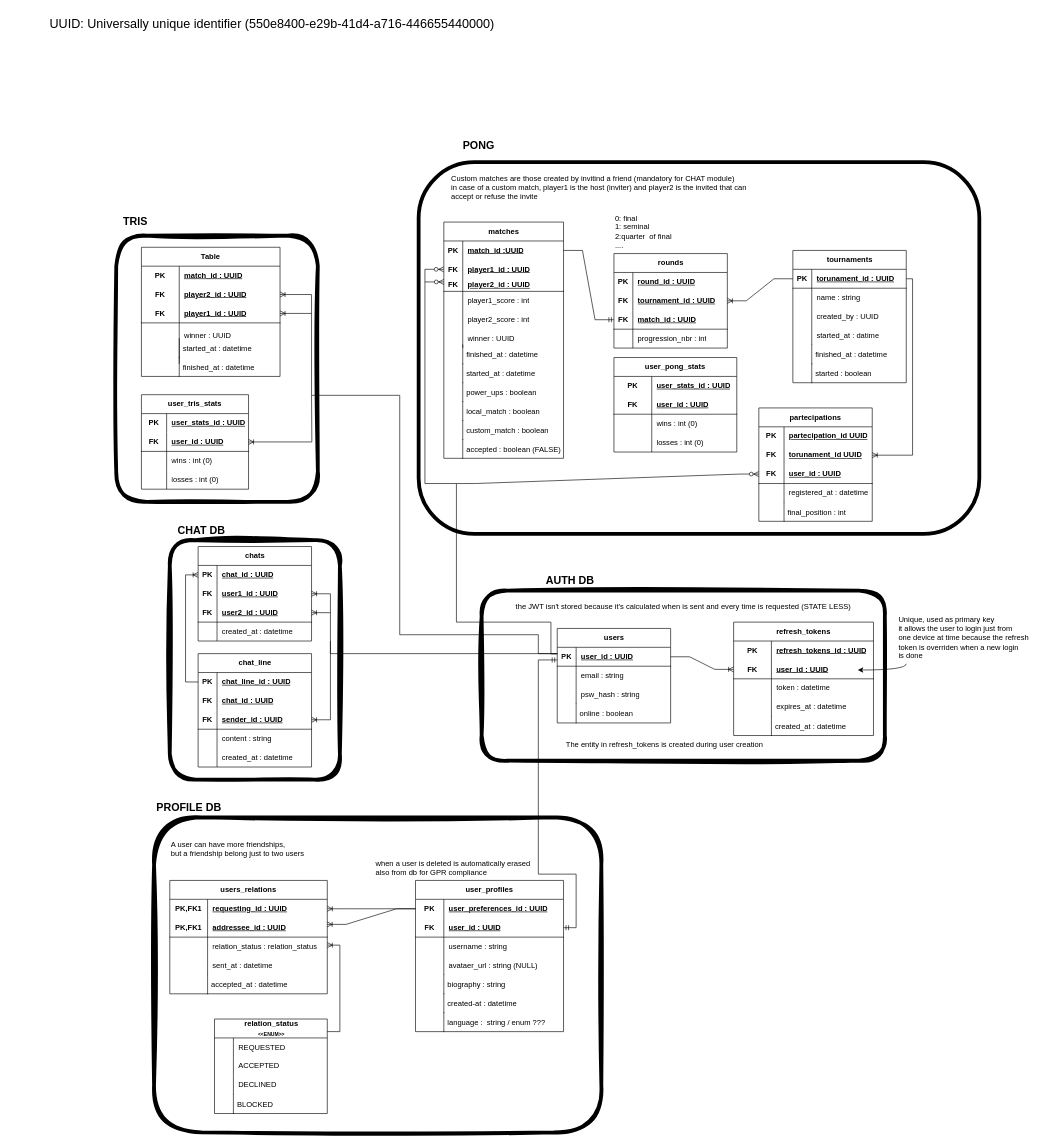
The draw.io diagram docs/backend/db_logical_design.drawio in Sheratan095/ft_transcendence, before the edit. Source tidied: cells renumbered, new cells numbered last; positions are measured from the earlier drawing's top-left corner, leaving out a move shared by most shapes. Both pictures are drawn from the tidied source at 63%, with x=0, y=0 at pixel (42, 11).
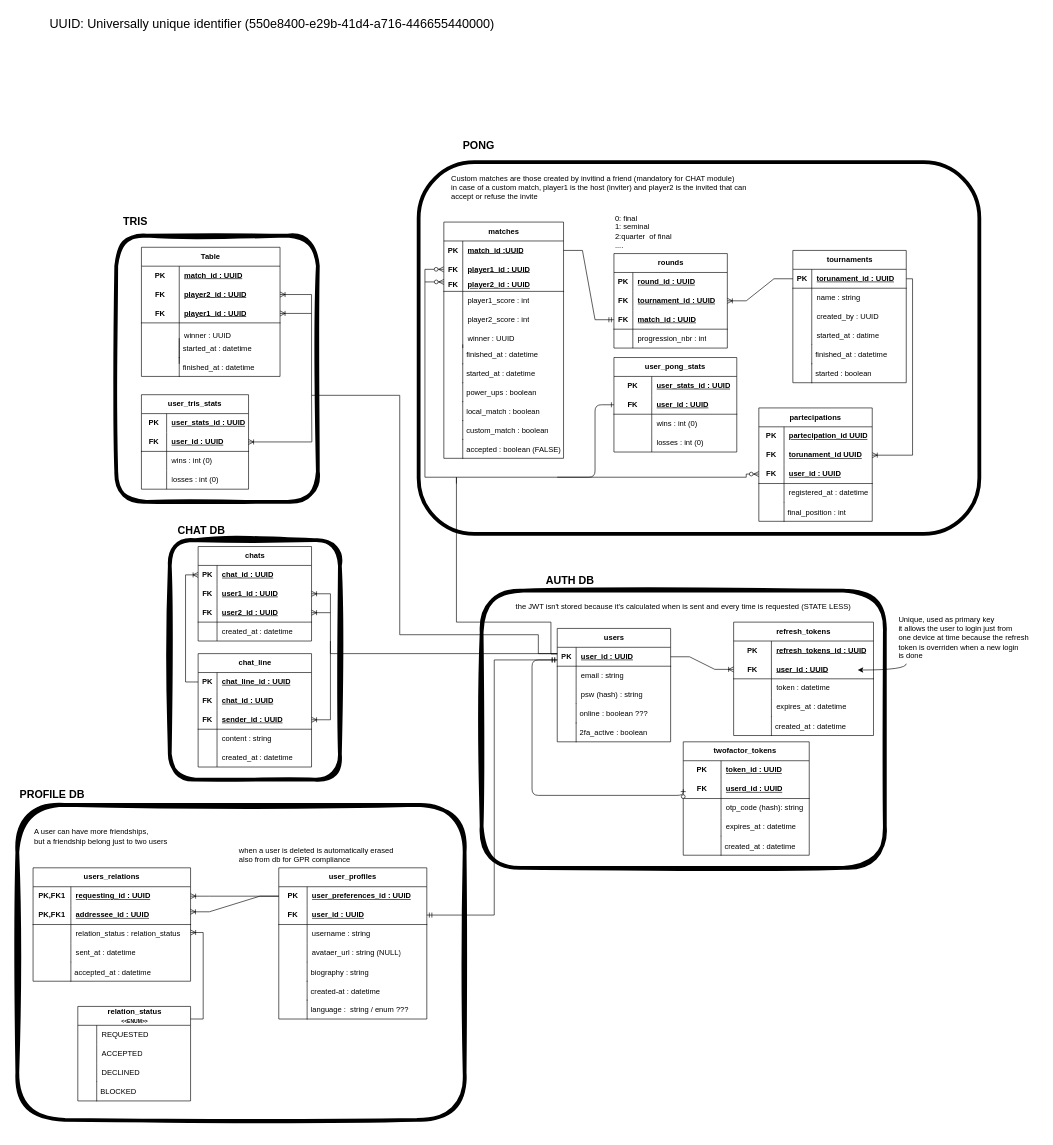
Above is the later version.

The change refers to these unchanged cells:
```xml
<mxCell id="4" style="group;" parent="1" vertex="1">
  <mxGeometry x="618" y="290" width="890" height="520" as="geometry" />
</mxCell>
<mxCell id="43" style="shape=tableRow;horizontal=0;startSize=0;swimlaneHead=0;swimlaneBody=0;fillColor=none;points=[[0,0.5],[1,0.5]];portConstraint=eastwest;top=0;left=0;right=0;bottom=1;html=1;" parent="39" vertex="1">
  <mxGeometry y="60" width="195" height="30" as="geometry" />
</mxCell>
<mxCell id="89" style="shape=tableRow;horizontal=0;startSize=0;swimlaneHead=0;swimlaneBody=0;fillColor=none;points=[[0,0.5],[1,0.5]];portConstraint=eastwest;top=0;left=0;right=0;bottom=0;" parent="85" vertex="1">
  <mxGeometry y="60" width="180" height="30" as="geometry" />
</mxCell>
<mxCell id="92" style="shape=tableRow;horizontal=0;startSize=0;swimlaneHead=0;swimlaneBody=0;fillColor=none;points=[[0,0.5],[1,0.5]];portConstraint=eastwest;top=0;left=0;right=0;bottom=1;html=1;" parent="85" vertex="1">
  <mxGeometry y="90" width="180" height="30" as="geometry" />
</mxCell>
<mxCell id="113" style="shape=tableRow;horizontal=0;startSize=0;swimlaneHead=0;swimlaneBody=0;fillColor=none;top=0;left=0;right=0;bottom=0;" parent="106" vertex="1">
  <mxGeometry y="90" width="180" height="30" as="geometry" />
</mxCell>
<mxCell id="117" style="shape=tableRow;horizontal=0;startSize=0;swimlaneHead=0;swimlaneBody=0;fillColor=none;points=[[0,0.5],[1,0.5]];portConstraint=eastwest;top=0;left=0;right=0;bottom=0;html=1;" parent="116" vertex="1">
  <mxGeometry y="30" width="235" height="30" as="geometry" />
</mxCell>
<mxCell id="120" style="shape=tableRow;horizontal=0;startSize=0;swimlaneHead=0;swimlaneBody=0;fillColor=none;points=[[0,0.5],[1,0.5]];portConstraint=eastwest;top=0;left=0;right=0;bottom=1;html=1;" parent="116" vertex="1">
  <mxGeometry y="60" width="235" height="30" as="geometry" />
</mxCell>
<mxCell id="156" style="shape=tableRow;horizontal=0;startSize=0;swimlaneHead=0;swimlaneBody=0;fillColor=none;points=[[0,0.5],[1,0.5]];portConstraint=eastwest;top=0;left=0;right=0;bottom=1;html=1;" parent="152" vertex="1">
  <mxGeometry y="60" width="250" height="30" as="geometry" />
</mxCell>
```

What changed in the source:
```diff
@@
-    <mxCell id="91" value="&lt;span style=&quot;font-weight: 700; text-decoration-line: underline;&quot;&gt;torunament_id UUID&lt;/span&gt;" style="shape=partialRectangle;fillColor=none;top=0;left=0;bottom=0;right=0;align=left;spacingLeft=6;fontStyle=0;overflow=hidden;whiteSpace=wrap;html=1;" parent="89" vertex="1">
+    <mxCell id="91" value="&lt;span style=&quot;font-weight: 700; text-decoration-line: underline;&quot;&gt;&lt;font style=&quot;color: light-dark(rgb(0, 0, 0), rgb(255, 255, 255));&quot;&gt;torunament_id UUID&lt;/font&gt;&lt;/span&gt;" style="shape=partialRectangle;fillColor=none;top=0;left=0;bottom=0;right=0;align=left;spacingLeft=6;fontStyle=0;overflow=hidden;whiteSpace=wrap;html=1;" parent="89" vertex="1">
       <mxGeometry x="40" width="140" height="30" as="geometry" />
     </mxCell>
@@
-    <mxCell id="100" style="edgeStyle=entityRelationEdgeStyle;fontSize=12;html=1;endArrow=ERzeroToMany;endFill=1;rounded=0;entryX=0;entryY=0.5;entryDx=0;entryDy=0;" parent="4" edge="1" target="92">
+    <mxCell id="100" style="edgeStyle=orthogonalEdgeStyle;fontSize=12;html=1;endArrow=ERzeroToMany;endFill=1;rounded=0;entryX=0;entryY=0.5;entryDx=0;entryDy=0;" parent="4" edge="1" target="92">
       <mxGeometry relative="1" as="geometry">
         <mxPoint x="40" y="460" as="sourcePoint" />
+        <Array as="points">
+          <mxPoint x="40" y="450" />
+          <mxPoint x="500" y="450" />
+          <mxPoint x="500" y="445" />
+        </Array>
       </mxGeometry>
     </mxCell>
@@
+    <mxCell id="266" style="edgeStyle=orthogonalEdgeStyle;fontSize=12;html=1;endArrow=ERone;endFill=1;entryX=0;entryY=0.5;entryDx=0;entryDy=0;" parent="4" edge="1" target="43">
+      <mxGeometry relative="1" as="geometry">
+        <mxPoint x="200" y="450" as="sourcePoint" />
+        <Array as="points">
+          <mxPoint x="200" y="450" />
+          <mxPoint x="260" y="450" />
+          <mxPoint x="260" y="335" />
+        </Array>
+      </mxGeometry>
+    </mxCell>
     <mxCell id="104" style="rounded=1;whiteSpace=wrap;html=1;strokeWidth=6;fillWeight=4;hachureGap=8;hachureAngle=45;fillColor=none;sketch=1;curveFitting=1;jiggle=2;strokeColor=light-dark(#000000,#00FF80);fontStyle=4;" parent="1" vertex="1">
-      <mxGeometry x="178" y="1280" width="710" height="500" as="geometry" />
+      <mxGeometry x="-39" y="1260" width="710" height="500" as="geometry" />
     </mxCell>
     <mxCell id="105" style="rounded=1;whiteSpace=wrap;html=1;strokeWidth=6;fillWeight=4;hachureGap=8;hachureAngle=45;fillColor=none;sketch=1;curveFitting=1;jiggle=2;strokeColor=light-dark(#000000,#3399FF);" parent="1" vertex="1">
-      <mxGeometry x="698" y="920" width="640" height="270" as="geometry" />
+      <mxGeometry x="698" y="920" width="640" height="440" as="geometry" />
     </mxCell>
     <mxCell id="106" value="users" style="shape=table;startSize=30;childLayout=tableLayout;rowLines=0;fontStyle=1;align=center;html=1;strokeColor=default;" parent="1" vertex="1">
-      <mxGeometry x="818" y="980" width="180" height="150" as="geometry" />
+      <mxGeometry x="818" y="980" width="180" height="180" as="geometry" />
     </mxCell>
@@
-    <mxCell id="115" value="psw_hash : string" style="shape=partialRectangle;fillColor=none;top=0;left=0;bottom=0;right=0;align=left;spacingLeft=6;overflow=hidden;whiteSpace=wrap;html=1;" parent="113" vertex="1">
+    <mxCell id="115" value="psw (hash) : string" style="shape=partialRectangle;fillColor=none;top=0;left=0;bottom=0;right=0;align=left;spacingLeft=6;overflow=hidden;whiteSpace=wrap;html=1;" parent="113" vertex="1">
       <mxGeometry x="30" width="150" height="30" as="geometry" />
     </mxCell>
     <mxCell id="116" value="user_profiles" style="shape=table;startSize=30;childLayout=tableLayout;rowLines=0;fontStyle=1;align=center;html=1;whiteSpace=wrap;" parent="1" vertex="1">
-      <mxGeometry x="593" y="1380" width="235" height="240" as="geometry" />
+      <mxGeometry x="376" y="1360" width="235" height="240" as="geometry" />
     </mxCell>
@@
-    <mxCell id="145" style="fontSize=12;html=1;endArrow=ERmandOne;startArrow=ERmandOne;rounded=0;exitX=1;exitY=0.5;exitDx=0;exitDy=0;edgeStyle=orthogonalEdgeStyle;" parent="1" edge="1">
+    <mxCell id="145" style="fontSize=12;html=1;endArrow=ERmandOne;startArrow=ERmandOne;rounded=0;exitX=1;exitY=0.5;exitDx=0;exitDy=0;edgeStyle=orthogonalEdgeStyle;" parent="1" edge="1" source="120">
       <mxGeometry relative="1" as="geometry">
-        <mxPoint x="828" y="1455" as="sourcePoint" />
         <mxPoint x="818" y="1030" as="targetPoint" />
         <Array as="points">
-          <mxPoint x="848" y="1455" />
-          <mxPoint x="848" y="1370" />
-          <mxPoint x="788" y="1370" />
-          <mxPoint x="788" y="1030" />
+          <mxPoint x="718" y="1435" />
+          <mxPoint x="718" y="1030" />
         </Array>
       </mxGeometry>
     </mxCell>
     <mxCell id="146" value="biography : string" style="shape=partialRectangle;fillColor=none;align=left;verticalAlign=middle;strokeColor=none;spacingLeft=34;" parent="1" vertex="1">
-      <mxGeometry x="608" y="1530" width="90" height="30" as="geometry" />
+      <mxGeometry x="391" y="1510" width="90" height="30" as="geometry" />
     </mxCell>
@@
     <mxCell id="148" value="created-at : datetime" style="shape=partialRectangle;fillColor=none;align=left;verticalAlign=middle;strokeColor=none;spacingLeft=34;" parent="1" vertex="1">
-      <mxGeometry x="608" y="1560" width="90" height="30" as="geometry" />
+      <mxGeometry x="391" y="1540" width="90" height="30" as="geometry" />
     </mxCell>
@@
-    <mxCell id="150" value="online : boolean" style="shape=partialRectangle;fillColor=none;align=left;verticalAlign=middle;strokeColor=none;spacingLeft=34;" parent="1" vertex="1">
+    <mxCell id="150" value="online : boolean ???" style="shape=partialRectangle;fillColor=none;align=left;verticalAlign=middle;strokeColor=none;spacingLeft=34;" parent="1" vertex="1">
       <mxGeometry x="818" y="1100" width="90" height="30" as="geometry" />
     </mxCell>
@@
     <mxCell id="152" value="users_relations" style="shape=table;startSize=30;childLayout=tableLayout;rowLines=0;fontStyle=1;align=center;html=1;whiteSpace=wrap;" parent="1" vertex="1">
-      <mxGeometry x="203" y="1380" width="250" height="180" as="geometry" />
+      <mxGeometry x="-14" y="1360" width="250" height="180" as="geometry" />
     </mxCell>
@@
     <mxCell id="166" style="edgeStyle=entityRelationEdgeStyle;fontSize=12;html=1;endArrow=ERoneToMany;rounded=0;entryX=0.999;entryY=0.327;entryDx=0;entryDy=0;entryPerimeter=0;exitX=0;exitY=0.5;exitDx=0;exitDy=0;" parent="1" edge="1" source="117" target="156">
       <mxGeometry relative="1" as="geometry">
         <Array as="points">
-          <mxPoint x="583" y="1440" />
+          <mxPoint x="366" y="1420" />
         </Array>
       </mxGeometry>
     </mxCell>
@@
     <mxCell id="168" value="relation_status : relation_status" style="shape=partialRectangle;fillColor=none;top=0;left=0;bottom=0;right=0;align=left;spacingLeft=6;overflow=hidden;html=1;whiteSpace=wrap;" parent="1" vertex="1">
-      <mxGeometry x="263" y="1470" width="190" height="30" as="geometry" />
+      <mxGeometry x="46" y="1450" width="190" height="30" as="geometry" />
     </mxCell>
     <mxCell id="169" value="accepted_at : datetime" style="shape=partialRectangle;fillColor=none;align=left;verticalAlign=middle;strokeColor=none;spacingLeft=34;" parent="1" vertex="1">
-      <mxGeometry x="233" y="1530" width="90" height="30" as="geometry" />
+      <mxGeometry x="16" y="1510" width="90" height="30" as="geometry" />
     </mxCell>
@@
     <mxCell id="171" value="A user can have more friendships,&lt;div&gt;but a friendship belong just to two users&lt;/div&gt;" style="text;html=1;align=left;verticalAlign=middle;strokeColor=none;fillColor=none;" parent="1" vertex="1">
-      <mxGeometry x="203" y="1310" width="230" height="40" as="geometry" />
+      <mxGeometry x="-14" y="1290" width="230" height="40" as="geometry" />
     </mxCell>
@@
     <mxCell id="173" value="language :  string / enum ???" style="shape=partialRectangle;fillColor=none;align=left;verticalAlign=middle;strokeColor=none;spacingLeft=34;" parent="1" vertex="1">
-      <mxGeometry x="608" y="1590" width="90" height="30" as="geometry" />
+      <mxGeometry x="391" y="1570" width="90" height="30" as="geometry" />
     </mxCell>
@@
     <mxCell id="175" value="&lt;font style=&quot;font-size: 17px;&quot;&gt;&lt;b style=&quot;background-color: light-dark(#ffffff, var(--ge-dark-color, #121212));&quot;&gt;PROFILE DB&lt;/b&gt;&lt;/font&gt;" style="text;html=1;align=center;verticalAlign=middle;strokeColor=none;fillColor=none;fontColor=light-dark(#000000,#00FF80);" parent="1" vertex="1">
-      <mxGeometry x="168" y="1250" width="130" height="30" as="geometry" />
+      <mxGeometry x="-49" y="1230" width="130" height="30" as="geometry" />
     </mxCell>
@@
     <mxCell id="208" value="when a user is deleted is automatically erased&lt;div&gt;also from db&amp;nbsp;&lt;span style=&quot;background-color: transparent; color: light-dark(rgb(0, 0, 0), rgb(255, 255, 255));&quot;&gt;for GPR compliance&lt;/span&gt;&lt;/div&gt;" style="text;html=1;align=left;verticalAlign=middle;strokeColor=none;fillColor=none;" parent="1" vertex="1">
-      <mxGeometry x="528" y="1340" width="270" height="40" as="geometry" />
+      <mxGeometry x="311" y="1320" width="270" height="40" as="geometry" />
     </mxCell>
     <mxCell id="209" style="edgeStyle=orthogonalEdgeStyle;fontSize=12;html=1;endArrow=ERzeroToMany;endFill=1;rounded=0;entryX=0;entryY=0.5;entryDx=0;entryDy=0;exitX=0.001;exitY=0.351;exitDx=0;exitDy=0;exitPerimeter=0;" parent="1" edge="1">
       <mxGeometry relative="1" as="geometry">
         <mxPoint x="818" y="1020.5" as="sourcePoint" />
         <mxPoint x="637.8" y="410" as="targetPoint" />
         <Array as="points">
-          <mxPoint x="808" y="1021" />
+          <mxPoint x="808" y="1020" />
           <mxPoint x="808" y="970" />
           <mxPoint x="658" y="970" />
-          <mxPoint x="658" y="750" />
-          <mxPoint x="608" y="750" />
+          <mxPoint x="658" y="740" />
+          <mxPoint x="608" y="740" />
           <mxPoint x="608" y="410" />
         </Array>
       </mxGeometry>
     </mxCell>
@@
     <mxCell id="249" value="relation_status&lt;br&gt;&lt;font style=&quot;font-size: 8px;&quot;&gt;&amp;lt;&amp;lt;ENUM&amp;gt;&amp;gt;&lt;/font&gt;" style="shape=table;startSize=30;childLayout=tableLayout;rowLines=0;fontStyle=1;align=center;html=1;" parent="1" vertex="1">
-      <mxGeometry x="274" y="1600" width="179" height="150" as="geometry" />
+      <mxGeometry x="57" y="1580" width="179" height="150" as="geometry" />
     </mxCell>
@@
     <mxCell id="259" value="BLOCKED" style="shape=partialRectangle;fillColor=none;align=left;verticalAlign=middle;strokeColor=none;spacingLeft=34;" parent="1" vertex="1">
-      <mxGeometry x="274" y="1720" width="90" height="30" as="geometry" />
+      <mxGeometry x="57" y="1700" width="90" height="30" as="geometry" />
     </mxCell>
@@
     <mxCell id="261" style="edgeStyle=orthogonalEdgeStyle;fontSize=12;html=1;endArrow=ERoneToMany;rounded=0;exitX=1;exitY=0.133;exitDx=0;exitDy=0;exitPerimeter=0;" parent="1" edge="1" source="249">
       <mxGeometry relative="1" as="geometry">
-        <mxPoint x="453" y="1482.7" as="targetPoint" />
+        <mxPoint x="236" y="1462.7" as="targetPoint" />
         <Array as="points">
-          <mxPoint x="473" y="1620" />
-          <mxPoint x="473" y="1483" />
+          <mxPoint x="256" y="1600" />
+          <mxPoint x="256" y="1463" />
         </Array>
       </mxGeometry>
     </mxCell>
@@
-    <mxCell id="265" value="The entity in refresh_tokens is created during user creation" style="text;html=1;align=center;verticalAlign=middle;strokeColor=none;fillColor=none;" parent="1" vertex="1">
-      <mxGeometry x="818" y="1150" width="340" height="30" as="geometry" />
+    <mxCell id="265" value="twofactor_tokens&amp;nbsp;" style="shape=table;startSize=30;childLayout=tableLayout;rowLines=0;fontStyle=1;align=center;html=1;whiteSpace=wrap;" parent="1" vertex="1">
+      <mxGeometry x="1018" y="1160" width="200" height="180" as="geometry" />
     </mxCell>
+    <mxCell id="267" style="shape=tableRow;horizontal=0;startSize=0;swimlaneHead=0;swimlaneBody=0;fillColor=none;top=0;left=0;right=0;bottom=0;html=1;" parent="265" vertex="1">
+      <mxGeometry y="30" width="200" height="30" as="geometry" />
+    </mxCell>
+    <mxCell id="268" value="PK" style="shape=partialRectangle;fillColor=none;top=0;left=0;bottom=0;right=0;fontStyle=1;overflow=hidden;html=1;whiteSpace=wrap;" parent="267" vertex="1">
+      <mxGeometry width="60" height="30" as="geometry" />
+    </mxCell>
+    <mxCell id="269" value="token_id : UUID" style="shape=partialRectangle;fillColor=none;top=0;left=0;bottom=0;right=0;align=left;spacingLeft=6;fontStyle=5;overflow=hidden;html=1;whiteSpace=wrap;" parent="267" vertex="1">
+      <mxGeometry x="60" width="140" height="30" as="geometry" />
+    </mxCell>
+    <mxCell id="270" style="shape=tableRow;horizontal=0;startSize=0;swimlaneHead=0;swimlaneBody=0;fillColor=none;points=[[0,0.5],[1,0.5]];portConstraint=eastwest;top=0;left=0;right=0;bottom=1;html=1;" parent="265" vertex="1">
+      <mxGeometry y="60" width="200" height="30" as="geometry" />
+    </mxCell>
+    <mxCell id="271" value="FK" style="shape=partialRectangle;fillColor=none;top=0;left=0;bottom=0;right=0;fontStyle=1;overflow=hidden;html=1;whiteSpace=wrap;" parent="270" vertex="1">
+      <mxGeometry width="60" height="30" as="geometry" />
+    </mxCell>
+    <mxCell id="272" value="userd_id : UUID" style="shape=partialRectangle;fillColor=none;top=0;left=0;bottom=0;right=0;align=left;spacingLeft=6;fontStyle=5;overflow=hidden;html=1;whiteSpace=wrap;" parent="270" vertex="1">
+      <mxGeometry x="60" width="140" height="30" as="geometry" />
+    </mxCell>
+    <mxCell id="273" style="shape=tableRow;horizontal=0;startSize=0;swimlaneHead=0;swimlaneBody=0;fillColor=none;top=0;left=0;right=0;bottom=0;html=1;" parent="265" vertex="1">
+      <mxGeometry y="90" width="200" height="30" as="geometry" />
+    </mxCell>
+    <mxCell id="274" style="shape=partialRectangle;fillColor=none;top=0;left=0;bottom=0;right=0;overflow=hidden;html=1;whiteSpace=wrap;" parent="273" vertex="1">
+      <mxGeometry width="60" height="30" as="geometry" />
+    </mxCell>
+    <mxCell id="275" value="otp_code (hash): string" style="shape=partialRectangle;fillColor=none;top=0;left=0;bottom=0;right=0;align=left;spacingLeft=6;overflow=hidden;html=1;whiteSpace=wrap;" parent="273" vertex="1">
+      <mxGeometry x="60" width="140" height="30" as="geometry" />
+    </mxCell>
+    <mxCell id="276" style="shape=tableRow;horizontal=0;startSize=0;swimlaneHead=0;swimlaneBody=0;fillColor=none;top=0;left=0;right=0;bottom=0;html=1;" parent="265" vertex="1">
+      <mxGeometry y="120" width="200" height="30" as="geometry" />
+    </mxCell>
+    <mxCell id="277" style="shape=partialRectangle;fillColor=none;top=0;left=0;bottom=0;right=0;overflow=hidden;html=1;whiteSpace=wrap;" parent="276" vertex="1">
+      <mxGeometry width="60" height="30" as="geometry" />
+    </mxCell>
+    <mxCell id="278" value="expires_at : datetime" style="shape=partialRectangle;fillColor=none;top=0;left=0;bottom=0;right=0;align=left;spacingLeft=6;overflow=hidden;html=1;whiteSpace=wrap;" parent="276" vertex="1">
+      <mxGeometry x="60" width="140" height="30" as="geometry" />
+    </mxCell>
+    <mxCell id="279" style="shape=tableRow;horizontal=0;startSize=0;swimlaneHead=0;swimlaneBody=0;fillColor=none;top=0;left=0;right=0;bottom=0;html=1;" parent="1" vertex="1">
+      <mxGeometry x="1028" y="1290" width="230" height="30" as="geometry" />
+    </mxCell>
+    <mxCell id="280" style="shape=partialRectangle;fillColor=none;top=0;left=0;bottom=0;right=0;overflow=hidden;html=1;whiteSpace=wrap;" parent="279" vertex="1">
+      <mxGeometry width="60" height="30" as="geometry" />
+    </mxCell>
+    <mxCell id="281" value="created_at : datetime" style="shape=partialRectangle;fillColor=none;align=left;verticalAlign=middle;strokeColor=none;spacingLeft=34;" parent="1" vertex="1">
+      <mxGeometry x="1048" y="1310" width="90" height="30" as="geometry" />
+    </mxCell>
+    <mxCell id="282" style="shape=partialRectangle;top=0;left=0;bottom=0;fillColor=none;stokeWidth=1;align=left;verticalAlign=middle;spacingLeft=4;spacingRight=4;overflow=hidden;" parent="281" vertex="1">
+      <mxGeometry width="30" height="30" as="geometry" />
+    </mxCell>
+    <mxCell id="283" style="edgeStyle=orthogonalEdgeStyle;fontSize=12;html=1;endArrow=ERzeroToOne;startArrow=ERmandOne;entryX=0;entryY=0.5;entryDx=0;entryDy=0;" parent="1" edge="1" target="270">
+      <mxGeometry relative="1" as="geometry">
+        <mxPoint x="818" y="1030" as="sourcePoint" />
+        <Array as="points">
+          <mxPoint x="778" y="1030" />
+          <mxPoint x="778" y="1245" />
+        </Array>
+      </mxGeometry>
+    </mxCell>
+    <mxCell id="284" value="2fa_active : boolean" style="shape=partialRectangle;fillColor=none;align=left;verticalAlign=middle;strokeColor=none;spacingLeft=34;" parent="1" vertex="1">
+      <mxGeometry x="818" y="1130" width="90" height="30" as="geometry" />
+    </mxCell>
+    <mxCell id="285" style="shape=partialRectangle;top=0;left=0;bottom=0;fillColor=none;stokeWidth=1;align=left;verticalAlign=middle;spacingLeft=4;spacingRight=4;overflow=hidden;" parent="284" vertex="1">
+      <mxGeometry width="30" height="30" as="geometry" />
+    </mxCell>
```
